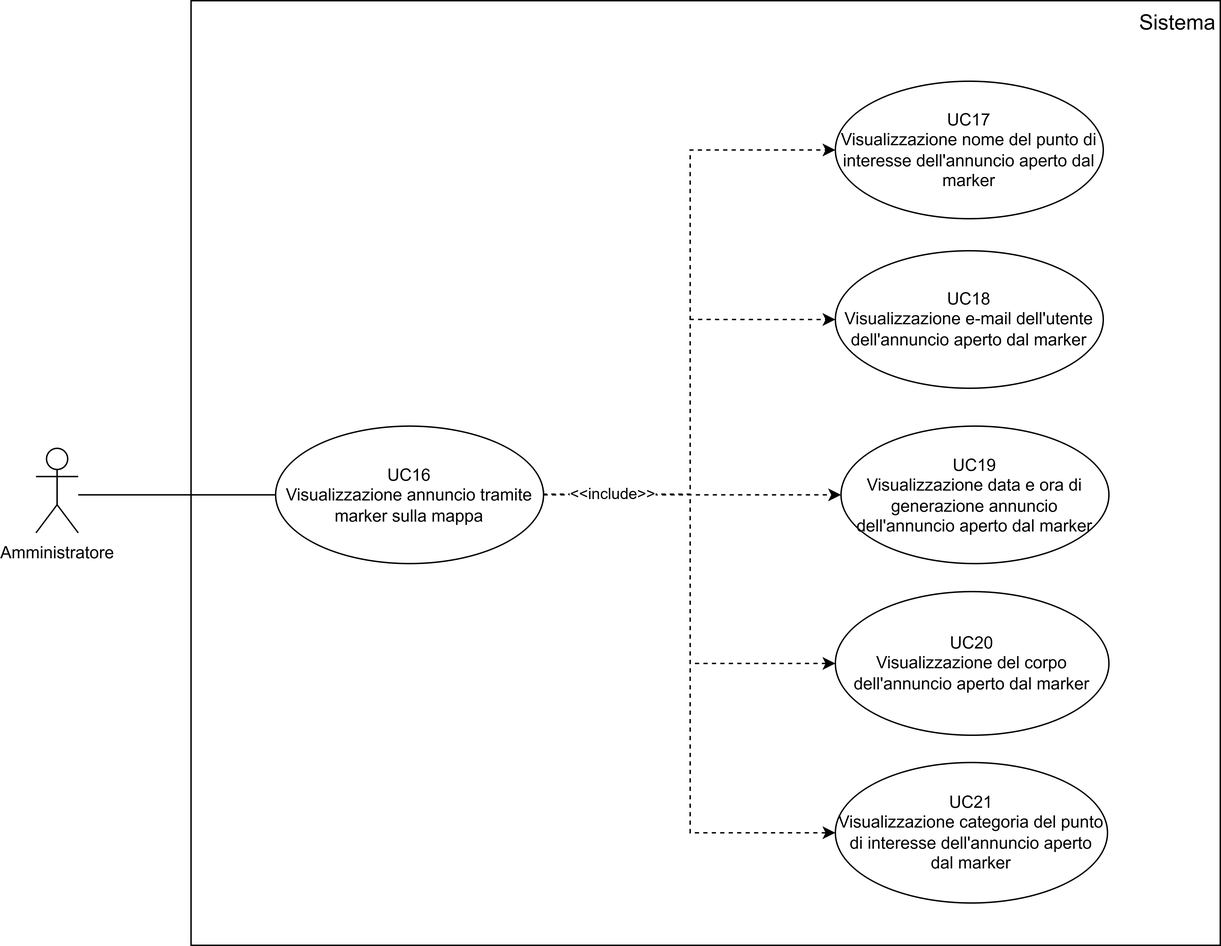
Earlier version of the draw.io export assets/use_cases/UC16-17-18-19-20-21.png (SWEatUNIPD/docs). Source tidied: cells renumbered, new cells last; positions are measured from the earlier drawing's top-left corner, leaving out a move shared by most shapes.
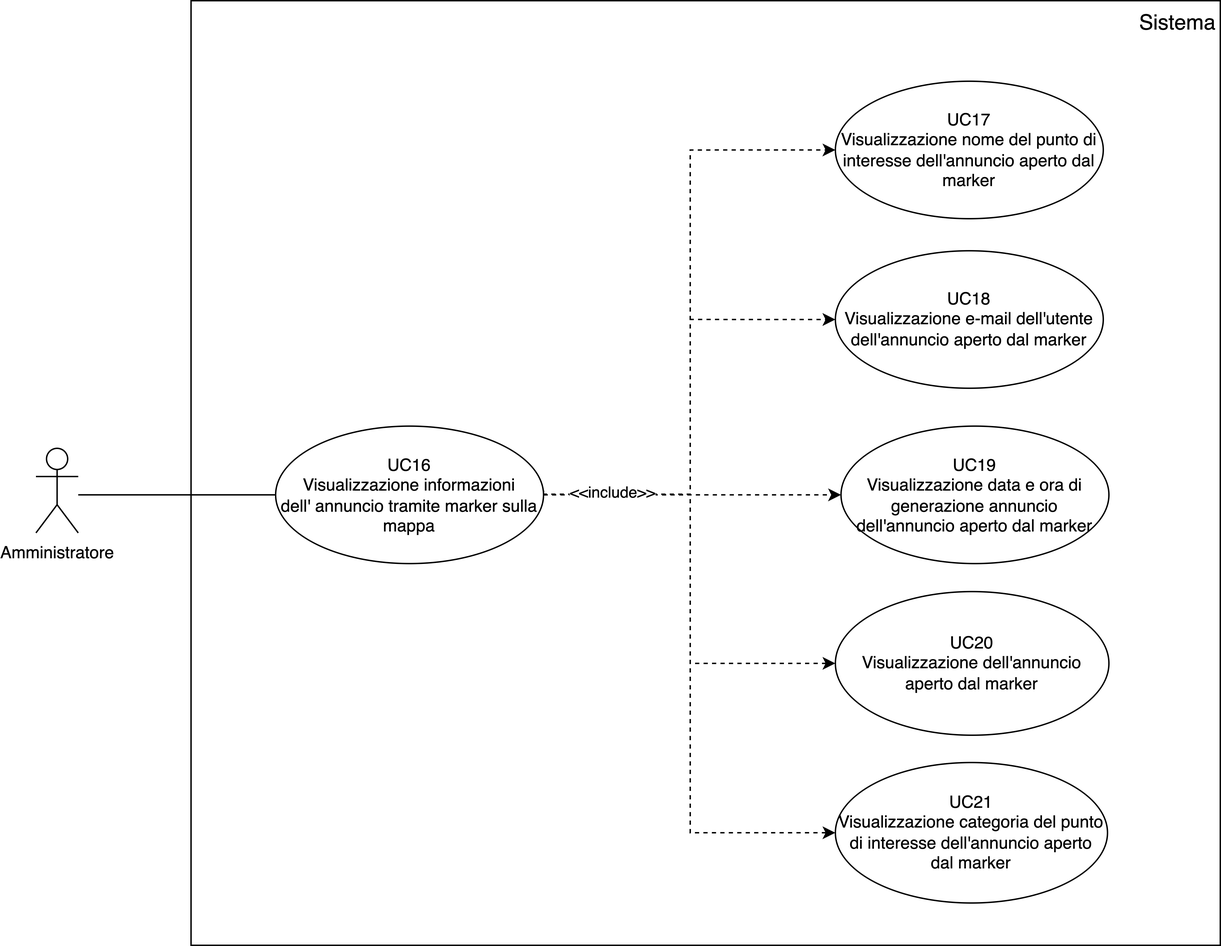
Above is the later version.

Change to the diagram source:
```diff
@@ -61,10 +61,10 @@
     <mxCell id="10" value="&amp;lt;&amp;lt;include&amp;gt;&amp;gt;" style="edgeLabel;html=1;align=center;verticalAlign=middle;" parent="9" vertex="1">
       <mxGeometry x="-0.76" y="1" relative="1" as="geometry" />
     </mxCell>
-    <mxCell id="11" value="UC16&lt;div&gt;Visualizzazione annuncio tramite marker sulla mappa&lt;/div&gt;" style="ellipse;whiteSpace=wrap;html=1;fillColor=none;" parent="1" vertex="1">
+    <mxCell id="11" value="UC16&lt;div&gt;Visualizzazione informazioni&lt;/div&gt;&lt;div&gt;dell' annuncio tramite marker sulla mappa&lt;/div&gt;" style="ellipse;whiteSpace=wrap;html=1;fillColor=none;" parent="1" vertex="1">
       <mxGeometry x="170" y="301.8" width="190" height="97.5" as="geometry" />
     </mxCell>
-    <mxCell id="12" value="UC20&lt;div&gt;Visualizzazione del corpo dell'annuncio aperto dal marker&lt;/div&gt;" style="ellipse;whiteSpace=wrap;html=1;fillColor=none;" parent="1" vertex="1">
+    <mxCell id="12" value="UC20&lt;div&gt;Visualizzazione dell'annuncio aperto dal marker&lt;/div&gt;" style="ellipse;whiteSpace=wrap;html=1;fillColor=none;" parent="1" vertex="1">
       <mxGeometry x="567" y="419.1" width="194" height="101.9" as="geometry" />
     </mxCell>
     <mxCell id="13" value="UC17&lt;div&gt;Visualizzazione nome del punto di interesse dell'annuncio aperto dal marker&lt;/div&gt;" style="ellipse;whiteSpace=wrap;html=1;fillColor=none;" parent="1" vertex="1">
```
